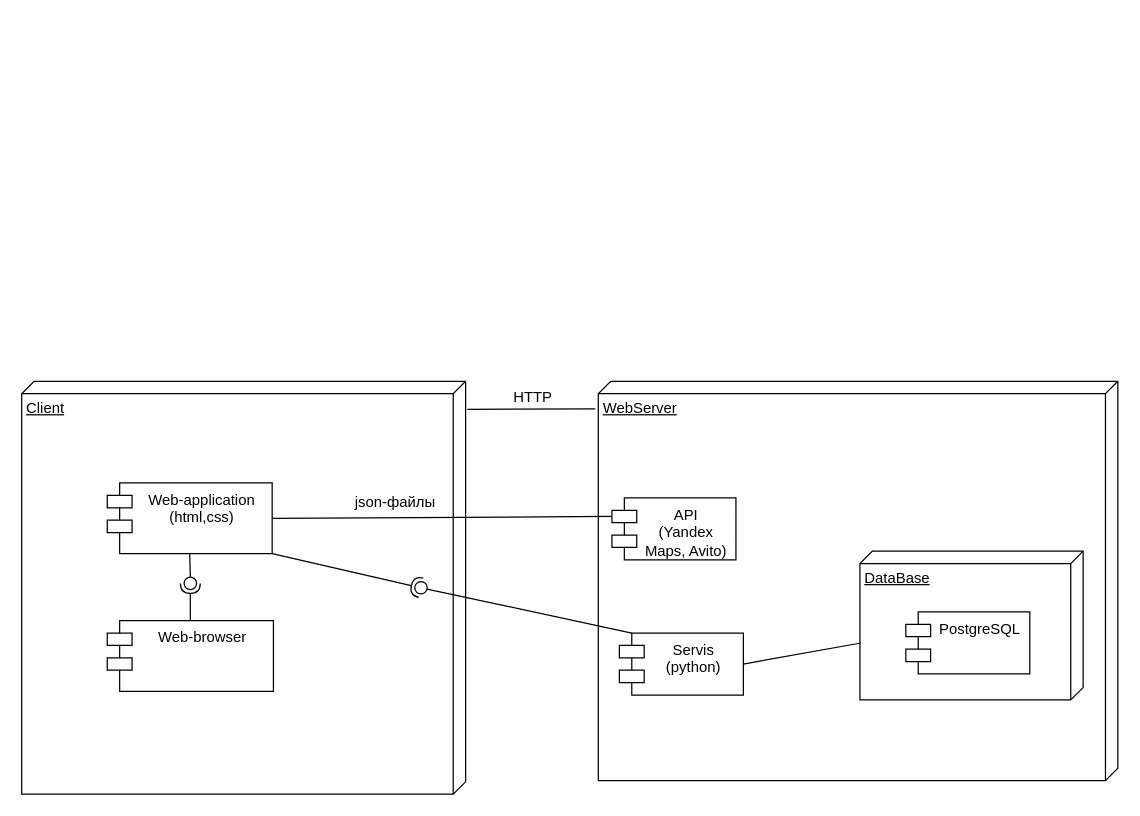
Before: Диаграмма компонентов.drawio in elmirhismatov/Diplom, a draw.io diagram. Source tidied: cells renumbered, new cells numbered last; positions are measured from the earlier drawing's top-left corner, leaving out a move shared by most shapes. Both pictures are drawn from the tidied source at 124%, with x=0, y=0 at pixel (21, 381).
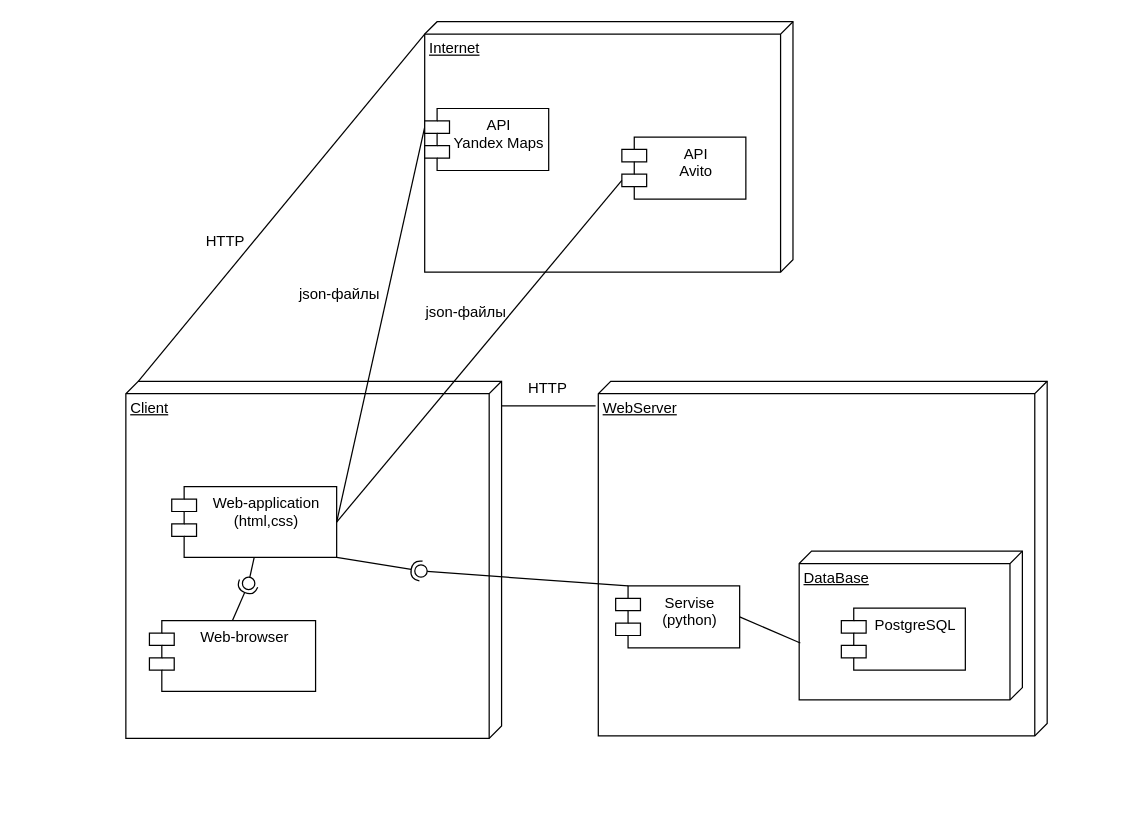
After the change.

What changed in the source:
```diff
@@
     <mxCell id="2" value="Client" style="verticalAlign=top;align=left;spacingTop=8;spacingLeft=2;spacingRight=12;shape=cube;size=10;direction=south;fontStyle=4;html=1;whiteSpace=wrap;" parent="1" vertex="1">
-      <mxGeometry width="358" height="333" as="geometry" />
+      <mxGeometry x="84" width="303" height="288" as="geometry" />
     </mxCell>
     <mxCell id="3" value="Web-application&lt;br&gt;(html,css)" style="shape=module;align=left;spacingLeft=20;align=center;verticalAlign=top;whiteSpace=wrap;html=1;" parent="1" vertex="1">
-      <mxGeometry x="69" y="82" width="133" height="57" as="geometry" />
+      <mxGeometry x="121" y="85" width="133" height="57" as="geometry" />
     </mxCell>
     <mxCell id="4" value="Web-browser" style="shape=module;align=left;spacingLeft=20;align=center;verticalAlign=top;whiteSpace=wrap;html=1;" parent="1" vertex="1">
-      <mxGeometry x="69" y="193" width="134" height="57" as="geometry" />
+      <mxGeometry x="103" y="193" width="134" height="57" as="geometry" />
     </mxCell>
@@
     <mxCell id="7" style="ellipse;whiteSpace=wrap;html=1;align=center;points=[];outlineConnect=0;sketch=0;" parent="1" vertex="1">
-      <mxGeometry x="131" y="158" width="10" height="10" as="geometry" />
+      <mxGeometry x="178" y="158" width="10" height="10" as="geometry" />
     </mxCell>
     <mxCell id="8" value="WebServer" style="verticalAlign=top;align=left;spacingTop=8;spacingLeft=2;spacingRight=12;shape=cube;size=10;direction=south;fontStyle=4;html=1;whiteSpace=wrap;" parent="1" vertex="1">
-      <mxGeometry x="465" width="419" height="322" as="geometry" />
+      <mxGeometry x="465" width="362" height="286" as="geometry" />
     </mxCell>
-    <mxCell id="9" value="API&lt;br&gt;(Yandex Maps, Avito)" style="shape=module;align=left;spacingLeft=20;align=center;verticalAlign=top;whiteSpace=wrap;html=1;" parent="1" vertex="1">
-      <mxGeometry x="476" y="94" width="100" height="50" as="geometry" />
-    </mxCell>
     <mxCell id="10" value="DataBase" style="verticalAlign=top;align=left;spacingTop=8;spacingLeft=2;spacingRight=12;shape=cube;size=10;direction=south;fontStyle=4;html=1;whiteSpace=wrap;" parent="1" vertex="1">
-      <mxGeometry x="676" y="137" width="180" height="120" as="geometry" />
+      <mxGeometry x="627" y="137" width="180" height="120" as="geometry" />
     </mxCell>
     <mxCell id="11" value="PostgreSQL" style="shape=module;align=left;spacingLeft=20;align=center;verticalAlign=top;whiteSpace=wrap;html=1;" parent="1" vertex="1">
-      <mxGeometry x="713" y="186" width="100" height="50" as="geometry" />
+      <mxGeometry x="661" y="183" width="100" height="50" as="geometry" />
     </mxCell>
-    <mxCell id="12" value="Servis&lt;br&gt;(python)" style="shape=module;align=left;spacingLeft=20;align=center;verticalAlign=top;whiteSpace=wrap;html=1;" parent="1" vertex="1">
-      <mxGeometry x="482" y="203" width="100" height="50" as="geometry" />
+    <mxCell id="12" value="Servise&lt;br&gt;(python)" style="shape=module;align=left;spacingLeft=20;align=center;verticalAlign=top;whiteSpace=wrap;html=1;" parent="1" vertex="1">
+      <mxGeometry x="479" y="165" width="100" height="50" as="geometry" />
     </mxCell>
@@
     <mxCell id="15" style="ellipse;whiteSpace=wrap;html=1;align=center;points=[];outlineConnect=0;sketch=0;" parent="1" vertex="1">
-      <mxGeometry x="317" y="161.5" width="10" height="10" as="geometry" />
+      <mxGeometry x="317" y="148" width="10" height="10" as="geometry" />
     </mxCell>
-    <mxCell id="16" style="endArrow=none;html=1;rounded=0;exitX=0.068;exitY=-0.004;exitDx=0;exitDy=0;exitPerimeter=0;entryX=0.069;entryY=1.006;entryDx=0;entryDy=0;entryPerimeter=0;" parent="1" edge="1" source="2" target="8">
+    <mxCell id="16" style="endArrow=none;html=1;rounded=0;exitX=0.069;exitY=0;exitDx=0;exitDy=0;exitPerimeter=0;entryX=0.069;entryY=1.006;entryDx=0;entryDy=0;entryPerimeter=0;" parent="1" edge="1" source="2" target="8">
       <mxGeometry relative="1" as="geometry" />
     </mxCell>
-    <mxCell id="17" value="HTTP" style="text;html=1;align=center;verticalAlign=middle;strokeColor=none;fillColor=none;" parent="1" vertex="1">
-      <mxGeometry x="387" width="49" height="26" as="geometry" />
-    </mxCell>
-    <mxCell id="18" style="endArrow=none;html=1;rounded=0;exitX=1;exitY=0.5;exitDx=0;exitDy=0;entryX=0;entryY=0;entryDx=0;entryDy=15;entryPerimeter=0;" parent="1" edge="1" source="3" target="9">
+    <mxCell id="18" style="endArrow=none;html=1;rounded=0;exitX=1;exitY=0.5;exitDx=0;exitDy=0;entryX=0;entryY=0;entryDx=0;entryDy=15;entryPerimeter=0;" parent="1" edge="1" source="3" target="22">
       <mxGeometry relative="1" as="geometry" />
     </mxCell>
     <mxCell id="19" value="json-файлы" style="text;html=1;align=center;verticalAlign=middle;strokeColor=none;fillColor=none;" parent="1" vertex="1">
-      <mxGeometry x="259" y="85" width="83" height="26" as="geometry" />
+      <mxGeometry x="214" y="-83" width="83" height="26" as="geometry" />
     </mxCell>
@@
+    <mxCell id="21" value="Internet" style="verticalAlign=top;align=left;spacingTop=8;spacingLeft=2;spacingRight=12;shape=cube;size=10;direction=south;fontStyle=4;html=1;whiteSpace=wrap;" parent="1" vertex="1">
+      <mxGeometry x="325" y="-290" width="297" height="202" as="geometry" />
+    </mxCell>
+    <mxCell id="22" value="API&lt;br&gt;Yandex Maps" style="shape=module;align=left;spacingLeft=20;align=center;verticalAlign=top;whiteSpace=wrap;html=1;" parent="1" vertex="1">
+      <mxGeometry x="325" y="-220" width="100" height="50" as="geometry" />
+    </mxCell>
+    <mxCell id="23" value="API&lt;br&gt;Avito" style="shape=module;align=left;spacingLeft=20;align=center;verticalAlign=top;whiteSpace=wrap;html=1;" parent="1" vertex="1">
+      <mxGeometry x="484" y="-197" width="100" height="50" as="geometry" />
+    </mxCell>
+    <mxCell id="24" style="endArrow=none;html=1;rounded=0;exitX=1;exitY=0.5;exitDx=0;exitDy=0;entryX=0;entryY=0;entryDx=0;entryDy=35;entryPerimeter=0;" parent="1" edge="1" source="3" target="23">
+      <mxGeometry relative="1" as="geometry" />
+    </mxCell>
+    <mxCell id="25" value="json-файлы" style="text;html=1;align=center;verticalAlign=middle;strokeColor=none;fillColor=none;" parent="1" vertex="1">
+      <mxGeometry x="316" y="-68" width="83" height="26" as="geometry" />
+    </mxCell>
+    <mxCell id="17" value="HTTP" style="text;html=1;align=center;verticalAlign=middle;strokeColor=none;fillColor=none;" parent="1" vertex="1">
+      <mxGeometry x="399" y="-7" width="49" height="26" as="geometry" />
+    </mxCell>
+    <mxCell id="26" style="endArrow=none;html=1;rounded=0;exitX=0;exitY=0;exitDx=0;exitDy=293;exitPerimeter=0;entryX=0;entryY=0;entryDx=10;entryDy=297;entryPerimeter=0;" parent="1" edge="1" source="2" target="21">
+      <mxGeometry relative="1" as="geometry" />
+    </mxCell>
+    <mxCell id="27" value="HTTP" style="text;html=1;align=center;verticalAlign=middle;strokeColor=none;fillColor=none;" parent="1" vertex="1">
+      <mxGeometry x="139" y="-126" width="49" height="26" as="geometry" />
+    </mxCell>
```
